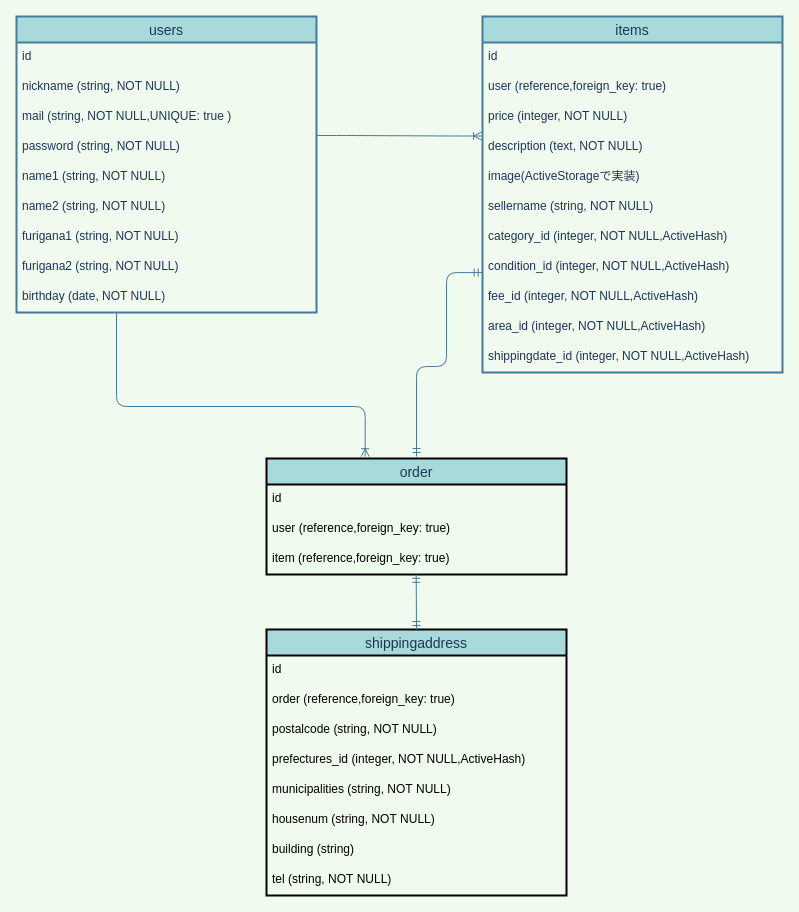
Before: ER.dio in RisaKubota/furima-36738, a draw.io diagram. Source tidied: cells renumbered, new cells numbered last; positions are measured from the earlier drawing's top-left corner, leaving out a move shared by most shapes. Both pictures are drawn from the tidied source at 100%, with x=0, y=0 at pixel (16, 16).
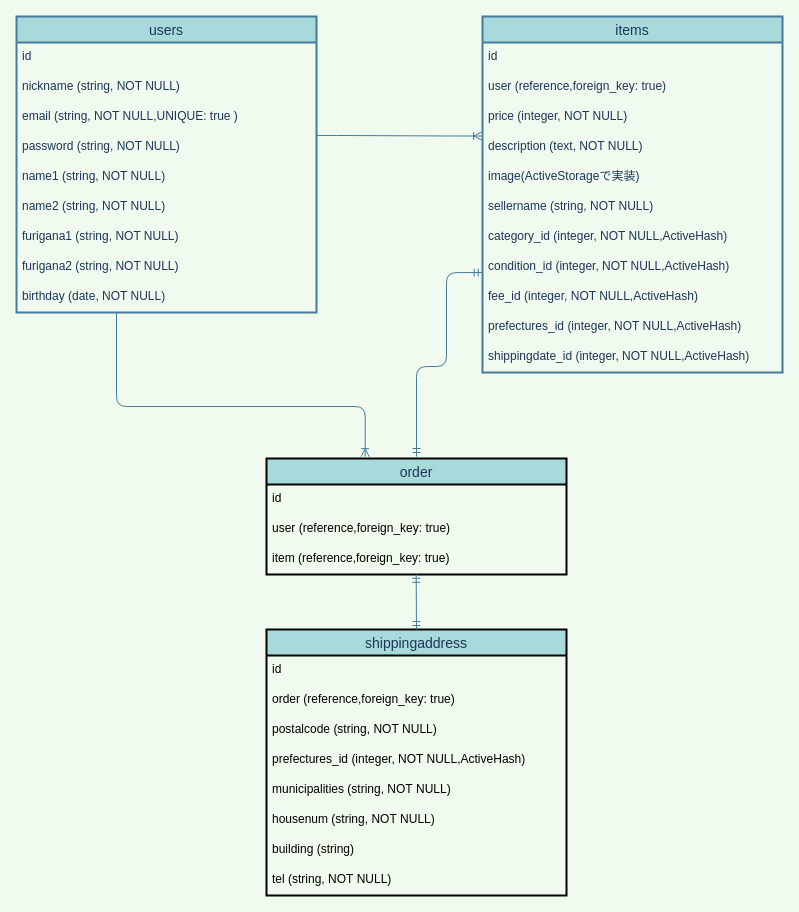
The same diagram, later.

Unchanged cells that the change refers to:
```xml
<mxCell id="2" value="users" style="swimlane;fontStyle=0;horizontal=1;startSize=26;align=center;fontSize=14;fontColor=#1D3557;strokeColor=#457B9D;strokeWidth=2;fillColor=#A8DADC;" parent="1" vertex="1">
  <mxGeometry width="300" height="296" as="geometry" />
</mxCell>
<mxCell id="12" value="items" style="swimlane;fontStyle=0;horizontal=1;startSize=26;align=center;fontSize=14;fontColor=#1D3557;strokeColor=#457B9D;strokeWidth=2;fillColor=#A8DADC;" parent="1" vertex="1">
  <mxGeometry x="466" width="300" height="356" as="geometry" />
</mxCell>
```

Change to the diagram source:
```diff
@@
-    <mxCell id="5" value="mail (string, NOT NULL,UNIQUE: true )" style="text;strokeColor=none;fillColor=none;spacingLeft=4;spacingRight=4;overflow=hidden;fontSize=12;fontColor=#1D3557;" parent="2" vertex="1">
+    <mxCell id="5" value="email (string, NOT NULL,UNIQUE: true )" style="text;strokeColor=none;fillColor=none;spacingLeft=4;spacingRight=4;overflow=hidden;fontSize=12;fontColor=#1D3557;" parent="2" vertex="1">
       <mxGeometry y="86" width="300" height="30" as="geometry" />
     </mxCell>
@@
-    <mxCell id="22" value="area_id (integer, NOT NULL,ActiveHash)" style="text;strokeColor=none;fillColor=none;spacingLeft=4;spacingRight=4;overflow=hidden;fontSize=12;fontColor=#1D3557;" parent="12" vertex="1">
+    <mxCell id="22" value="prefectures_id (integer, NOT NULL,ActiveHash)" style="text;strokeColor=none;fillColor=none;spacingLeft=4;spacingRight=4;overflow=hidden;fontSize=12;fontColor=#1D3557;" parent="12" vertex="1">
       <mxGeometry y="296" width="300" height="30" as="geometry" />
     </mxCell>
```
